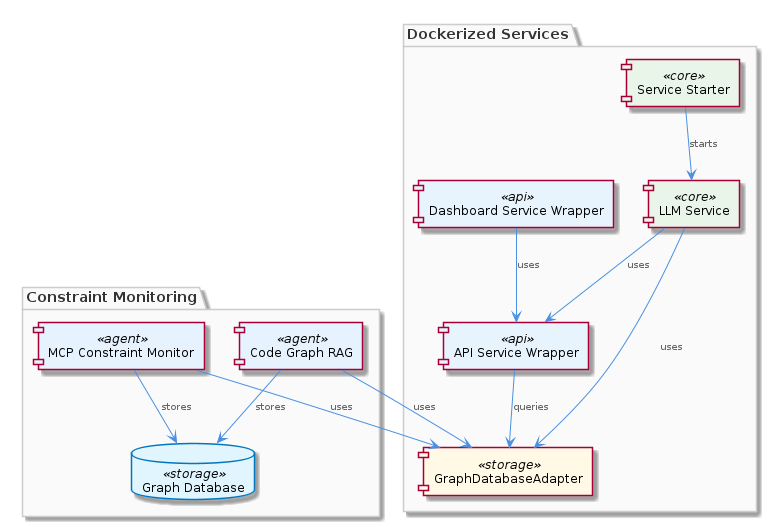
Above: .data/knowledge-graph/insights/images/dockerized-services-architecture.png in fwornle/coding (PlantUML), before the change. Its source is kept beside it as .data/knowledge-graph/insights/puml/dockerized-services-architecture.puml. Its diagram source:
```plantuml
@startuml
!include /coding/docs/puml/_standard-style.puml

package "Dockerized Services" {
  component "LLM Service" as llm <<core>>
  component "Service Starter" as starter <<core>>
  component "GraphDatabaseAdapter" as graph <<storage>>
  component "API Service Wrapper" as api <<api>>
  component "Dashboard Service Wrapper" as dashboard <<api>>
}

package "Constraint Monitoring" {
  component "MCP Constraint Monitor" as mcp <<agent>>
  component "Code Graph RAG" as rag <<agent>>
  database "Graph Database" as db <<storage>>
}

llm --> graph : uses
llm --> api : uses
starter --> llm : starts
api --> graph : queries
dashboard --> api : uses
mcp --> graph : uses
mcp --> db : stores
rag --> graph : uses
rag --> db : stores

@enduml
```
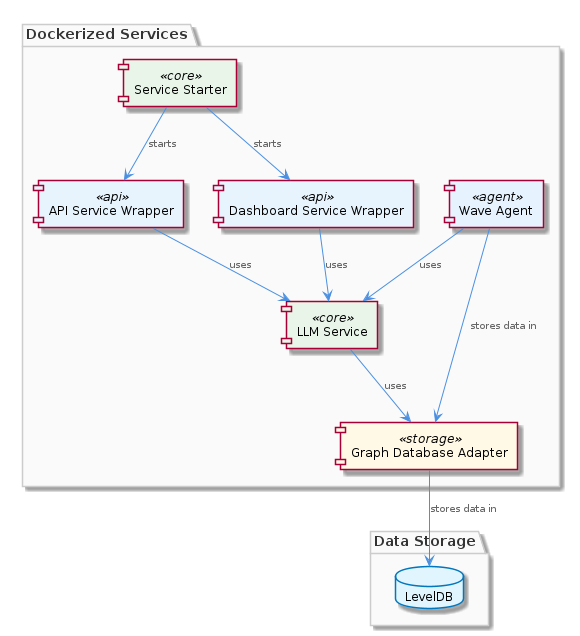
The same diagram one commit later.

Change to the diagram source:
```diff
@@ -3,26 +3,24 @@
 
 package "Dockerized Services" {
   component "LLM Service" as llm <<core>>
-  component "Service Starter" as starter <<core>>
-  component "GraphDatabaseAdapter" as graph <<storage>>
-  component "API Service Wrapper" as api <<api>>
-  component "Dashboard Service Wrapper" as dashboard <<api>>
+  component "Graph Database Adapter" as gda <<storage>>
+  component "Wave Agent" as wa <<agent>>
+  component "API Service Wrapper" as apiw <<api>>
+  component "Dashboard Service Wrapper" as dsw <<api>>
+  component "Service Starter" as ss <<core>>
 }
 
-package "Constraint Monitoring" {
-  component "MCP Constraint Monitor" as mcp <<agent>>
-  component "Code Graph RAG" as rag <<agent>>
-  database "Graph Database" as db <<storage>>
+package "Data Storage" {
+  database "LevelDB" as ldb
+  gda --> ldb : stores data in
 }
 
-llm --> graph : uses
-llm --> api : uses
-starter --> llm : starts
-api --> graph : queries
-dashboard --> api : uses
-mcp --> graph : uses
-mcp --> db : stores
-rag --> graph : uses
-rag --> db : stores
+llm --> gda : uses
+wa --> gda : stores data in
+wa --> llm : uses
+apiw --> llm : uses
+dsw --> llm : uses
+ss --> apiw : starts
+ss --> dsw : starts
 
 @enduml
```
